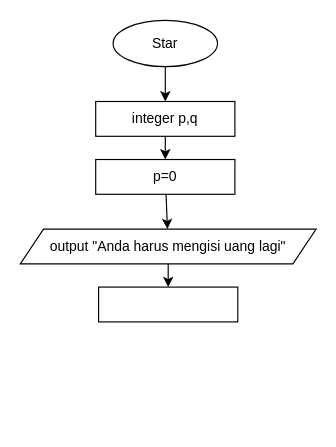
maulliidda/MaulidaFP12 keeps this draw.io diagram as flowchart.drawio. Above is the earlier version. Source tidied: cells renumbered, new cells numbered last; positions are measured from the earlier drawing's top-left corner, leaving out a move shared by most shapes. Both pictures are drawn from the tidied source at 116%, with x=0, y=0 at pixel (20, 20).
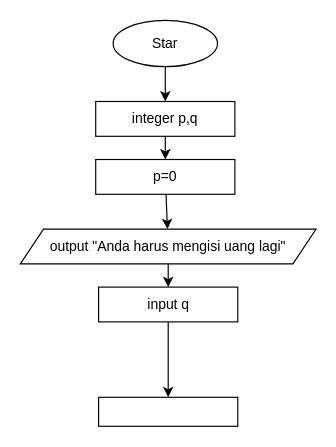
The same diagram, later.

Commit message:
Make proses with p=p+q for output

What changed in the source:
```diff
@@
 <mxGraphModel>
   <root>
     <mxCell id="0" />
     <mxCell id="1" parent="0" />
     <mxCell id="2" style="edgeStyle=none;html=1;" parent="1" edge="1" source="3" target="5">
       <mxGeometry relative="1" as="geometry" />
     </mxCell>
     <mxCell id="3" value="Star" style="ellipse;whiteSpace=wrap;html=1;" parent="1" vertex="1">
       <mxGeometry x="80" width="90" height="40" as="geometry" />
     </mxCell>
     <mxCell id="4" style="edgeStyle=none;html=1;" parent="1" edge="1" source="5" target="7">
       <mxGeometry relative="1" as="geometry" />
     </mxCell>
     <mxCell id="5" value="integer p,q" style="whiteSpace=wrap;html=1;" parent="1" vertex="1">
       <mxGeometry x="65" y="70" width="120" height="30" as="geometry" />
     </mxCell>
     <mxCell id="6" style="edgeStyle=none;html=1;" parent="1" edge="1" source="7" target="9">
       <mxGeometry relative="1" as="geometry" />
     </mxCell>
     <mxCell id="7" value="p=0" style="whiteSpace=wrap;html=1;" parent="1" vertex="1">
       <mxGeometry x="65" y="120" width="120" height="30" as="geometry" />
     </mxCell>
     <mxCell id="8" style="edgeStyle=none;html=1;" parent="1" edge="1" source="9" target="10">
       <mxGeometry relative="1" as="geometry" />
     </mxCell>
     <mxCell id="9" value="output &quot;Anda harus mengisi uang lagi&quot;" style="shape=parallelogram;perimeter=parallelogramPerimeter;whiteSpace=wrap;html=1;fixedSize=1;" parent="1" vertex="1">
       <mxGeometry y="180" width="255" height="30" as="geometry" />
     </mxCell>
+    <mxCell id="11" style="edgeStyle=none;html=1;" parent="1" edge="1" source="10" target="12">
+      <mxGeometry relative="1" as="geometry" />
+    </mxCell>
-    <mxCell id="10" style="whiteSpace=wrap;html=1;" parent="1" vertex="1">
+    <mxCell id="10" value="input q" style="whiteSpace=wrap;html=1;" parent="1" vertex="1">
       <mxGeometry x="67.5" y="230" width="120" height="30" as="geometry" />
     </mxCell>
+    <mxCell id="12" style="whiteSpace=wrap;html=1;" parent="1" vertex="1">
+      <mxGeometry x="67.5" y="325" width="120" height="25" as="geometry" />
+    </mxCell>
   </root>
 </mxGraphModel>
```
